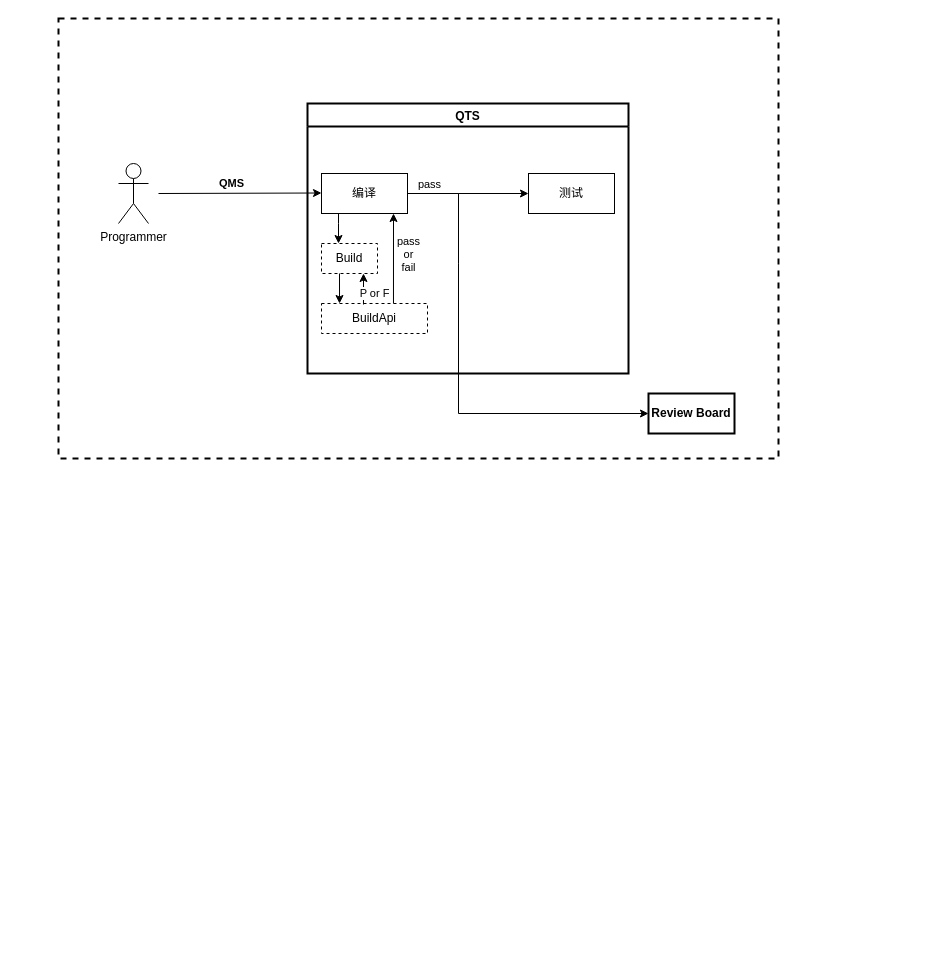
YingSi163/Effy keeps this draw.io diagram as Untitled Diagram.drawio. Above is the earlier version. Source tidied: cells renumbered, new cells numbered last; positions are measured from the earlier drawing's top-left corner, leaving out a move shared by most shapes. Both pictures are drawn from the tidied source at 100%, with x=0, y=0 at pixel (58, 18).
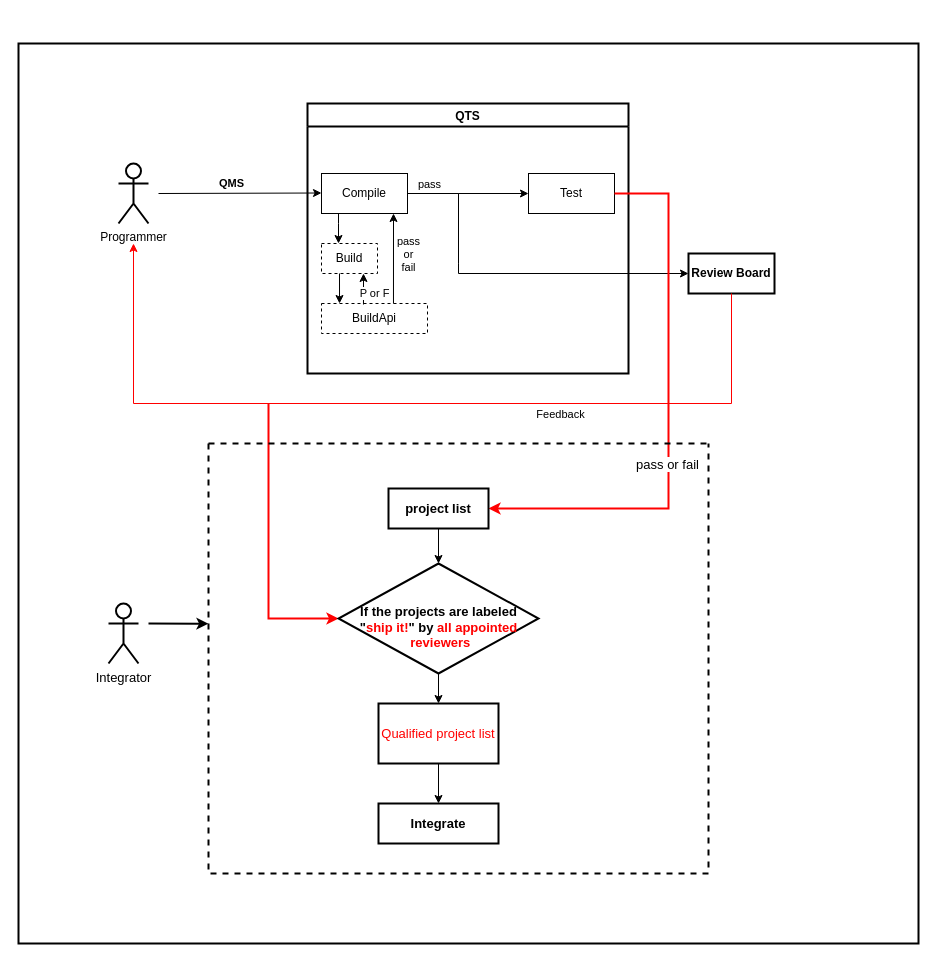
The same diagram, later.

The change refers to these unchanged cells:
```xml
<mxCell id="4" value="QTS" style="swimlane;strokeWidth=2;" parent="1" vertex="1">
  <mxGeometry x="249" y="85" width="321" height="270" as="geometry" />
</mxCell>
```

Change to the diagram source:
```diff
@@
-    <mxCell id="2" style="rounded=0;whiteSpace=wrap;html=1;dashed=1;strokeWidth=2;" parent="1" vertex="1">
-      <mxGeometry width="720" height="440" as="geometry" />
-    </mxCell>
+    <mxCell id="20" style="rounded=0;whiteSpace=wrap;html=1;fontSize=13;fontColor=#FF0000;strokeWidth=2;fillColor=#FFFFFF;" parent="1" vertex="1">
+      <mxGeometry x="-40" y="25" width="900" height="900" as="geometry" />
+    </mxCell>
-    <mxCell id="3" value="Programmer" style="shape=umlActor;verticalLabelPosition=bottom;verticalAlign=top;html=1;" parent="1" vertex="1">
+    <mxCell id="3" value="Programmer" style="shape=umlActor;verticalLabelPosition=bottom;verticalAlign=top;html=1;strokeWidth=2;" parent="1" vertex="1">
       <mxGeometry x="60" y="145" width="30" height="60" as="geometry" />
     </mxCell>
@@
-    <mxCell id="6" value="编译" style="whiteSpace=wrap;html=1;" parent="4" vertex="1">
+    <mxCell id="6" value="Compile" style="whiteSpace=wrap;html=1;" parent="4" vertex="1">
       <mxGeometry x="14" y="70" width="86" height="40" as="geometry" />
     </mxCell>
-    <mxCell id="7" value="测试" style="whiteSpace=wrap;html=1;" parent="4" vertex="1">
+    <mxCell id="7" value="Test" style="whiteSpace=wrap;html=1;" parent="4" vertex="1">
       <mxGeometry x="221" y="70" width="86" height="40" as="geometry" />
     </mxCell>
@@
     <mxCell id="16" value="&lt;b&gt;Review Board&lt;/b&gt;" style="whiteSpace=wrap;html=1;strokeWidth=2;" parent="1" vertex="1">
-      <mxGeometry x="590" y="375" width="86" height="40" as="geometry" />
+      <mxGeometry x="630" y="235" width="86" height="40" as="geometry" />
     </mxCell>
     <mxCell id="17" style="endArrow=classic;html=1;rounded=0;entryX=0;entryY=0.5;entryDx=0;entryDy=0;entryPerimeter=0;exitX=1;exitY=0.5;exitDx=0;exitDy=0;" parent="1" edge="1" source="6" target="16">
       <mxGeometry relative="1" as="geometry">
         <Array as="points">
           <mxPoint x="400" y="175" />
           <mxPoint x="400" y="245" />
-          <mxPoint x="400" y="395" />
+          <mxPoint x="400" y="255" />
         </Array>
       </mxGeometry>
     </mxCell>
     <mxCell id="18" value="pass&lt;br&gt;or&lt;br&gt;fail" style="edgeLabel;html=1;align=center;verticalAlign=middle;" parent="17" vertex="1">
       <mxGeometry x="-0.42" y="-3" relative="1" as="geometry">
-        <mxPoint x="-48" y="-23" as="offset" />
+        <mxPoint x="-48" y="6" as="offset" />
       </mxGeometry>
     </mxCell>
@@
+    <mxCell id="21" style="endArrow=classic;html=1;rounded=0;exitX=0.5;exitY=1;exitDx=0;exitDy=0;strokeColor=#FF0000;" parent="1" edge="1" source="16">
+      <mxGeometry relative="1" as="geometry">
+        <mxPoint x="75" y="225" as="targetPoint" />
+        <Array as="points">
+          <mxPoint x="673" y="385" />
+          <mxPoint x="75" y="385" />
+        </Array>
+      </mxGeometry>
+    </mxCell>
+    <mxCell id="22" value="Feedback" style="edgeLabel;html=1;align=center;verticalAlign=middle;" parent="21" vertex="1">
+      <mxGeometry y="2" relative="1" as="geometry">
+        <mxPoint x="152" y="8" as="offset" />
+      </mxGeometry>
+    </mxCell>
+    <mxCell id="23" value="&lt;br&gt;" style="endArrow=classic;html=1;rounded=0;exitX=1;exitY=0.5;exitDx=0;exitDy=0;entryX=1;entryY=0.5;entryDx=0;entryDy=0;strokeColor=#FF0000;strokeWidth=2;" parent="1" edge="1" source="7" target="25">
+      <mxGeometry relative="1" as="geometry">
+        <Array as="points">
+          <mxPoint x="610" y="175" />
+          <mxPoint x="610" y="490" />
+        </Array>
+      </mxGeometry>
+    </mxCell>
+    <mxCell id="24" value="&lt;font style=&quot;font-size: 13px&quot;&gt;pass or fail&lt;/font&gt;" style="edgeLabel;html=1;align=center;verticalAlign=middle;" parent="23" vertex="1">
+      <mxGeometry x="0.46" y="3" relative="1" as="geometry">
+        <mxPoint x="30" y="-48" as="offset" />
+      </mxGeometry>
+    </mxCell>
+    <mxCell id="25" value="&lt;font style=&quot;font-size: 13px&quot;&gt;&lt;b&gt;project list&lt;/b&gt;&lt;/font&gt;" style="rounded=0;whiteSpace=wrap;html=1;strokeWidth=2;fillColor=default;" parent="1" vertex="1">
+      <mxGeometry x="330" y="470" width="100" height="40" as="geometry" />
+    </mxCell>
+    <mxCell id="26" style="endArrow=classic;html=1;rounded=0;fontSize=13;exitX=0.5;exitY=1;exitDx=0;exitDy=0;entryX=0.5;entryY=0;entryDx=0;entryDy=0;" parent="1" edge="1" source="25" target="30">
+      <mxGeometry relative="1" as="geometry" />
+    </mxCell>
+    <mxCell id="27" style="endArrow=classic;html=1;rounded=0;fontSize=13;entryX=0;entryY=0.5;entryDx=0;entryDy=0;strokeColor=#FF0000;strokeWidth=2;" parent="1" edge="1" target="30">
+      <mxGeometry relative="1" as="geometry">
+        <mxPoint x="210" y="385" as="sourcePoint" />
+        <Array as="points">
+          <mxPoint x="210" y="600" />
+        </Array>
+      </mxGeometry>
+    </mxCell>
+    <mxCell id="28" style="swimlane;startSize=0;fontSize=13;strokeWidth=2;fillColor=default;dashed=1;" parent="1" vertex="1">
+      <mxGeometry x="150" y="425" width="500" height="430" as="geometry" />
+    </mxCell>
+    <mxCell id="29" value="&lt;font color=&quot;#ff0000&quot;&gt;Qualified project list&lt;/font&gt;" style="rounded=0;whiteSpace=wrap;html=1;fontSize=13;strokeWidth=2;fillColor=default;" parent="28" vertex="1">
+      <mxGeometry x="170" y="260" width="120" height="60" as="geometry" />
+    </mxCell>
+    <mxCell id="30" style="rhombus;whiteSpace=wrap;html=1;fontSize=13;strokeWidth=2;fillColor=default;" parent="28" vertex="1">
+      <mxGeometry x="130" y="120" width="200" height="110" as="geometry" />
+    </mxCell>
+    <mxCell id="31" style="endArrow=classic;html=1;rounded=0;fontSize=13;entryX=0.5;entryY=0;entryDx=0;entryDy=0;exitX=0.5;exitY=1;exitDx=0;exitDy=0;" parent="28" edge="1" source="30" target="29">
+      <mxGeometry relative="1" as="geometry" />
+    </mxCell>
+    <mxCell id="32" value="&lt;b&gt;Integrate&lt;/b&gt;" style="rounded=0;whiteSpace=wrap;html=1;fontSize=13;strokeWidth=2;fillColor=default;" parent="28" vertex="1">
+      <mxGeometry x="170" y="360" width="120" height="40" as="geometry" />
+    </mxCell>
+    <mxCell id="33" style="endArrow=classic;html=1;rounded=0;fontSize=13;exitX=0.5;exitY=1;exitDx=0;exitDy=0;entryX=0.5;entryY=0;entryDx=0;entryDy=0;" parent="28" edge="1" source="29" target="32">
+      <mxGeometry relative="1" as="geometry" />
+    </mxCell>
+    <mxCell id="34" value="&lt;font style=&quot;font-size: 13px&quot;&gt;&lt;b&gt;If the projects are labeled &lt;br&gt;&quot;&lt;font color=&quot;#ff0000&quot;&gt;ship it!&lt;/font&gt;&quot; by &lt;font color=&quot;#ff0000&quot;&gt;all appointed&lt;br&gt;&amp;nbsp;reviewers&lt;/font&gt;&lt;/b&gt;&lt;/font&gt;" style="text;html=1;align=center;verticalAlign=middle;strokeColor=none;fillColor=none;fontSize=13;" parent="28" vertex="1">
+      <mxGeometry x="145" y="159" width="170" height="50" as="geometry" />
+    </mxCell>
+    <mxCell id="35" value="Integrator" style="shape=umlActor;verticalLabelPosition=bottom;verticalAlign=top;html=1;fontSize=13;strokeWidth=2;fillColor=default;" parent="1" vertex="1">
+      <mxGeometry x="50" y="585" width="30" height="60" as="geometry" />
+    </mxCell>
+    <mxCell id="36" style="endArrow=classic;html=1;rounded=0;fontSize=13;strokeColor=#000000;strokeWidth=2;entryX=0;entryY=0.419;entryDx=0;entryDy=0;entryPerimeter=0;" parent="1" edge="1" target="28">
+      <mxGeometry relative="1" as="geometry">
+        <mxPoint x="90" y="605" as="sourcePoint" />
+      </mxGeometry>
+    </mxCell>
```
